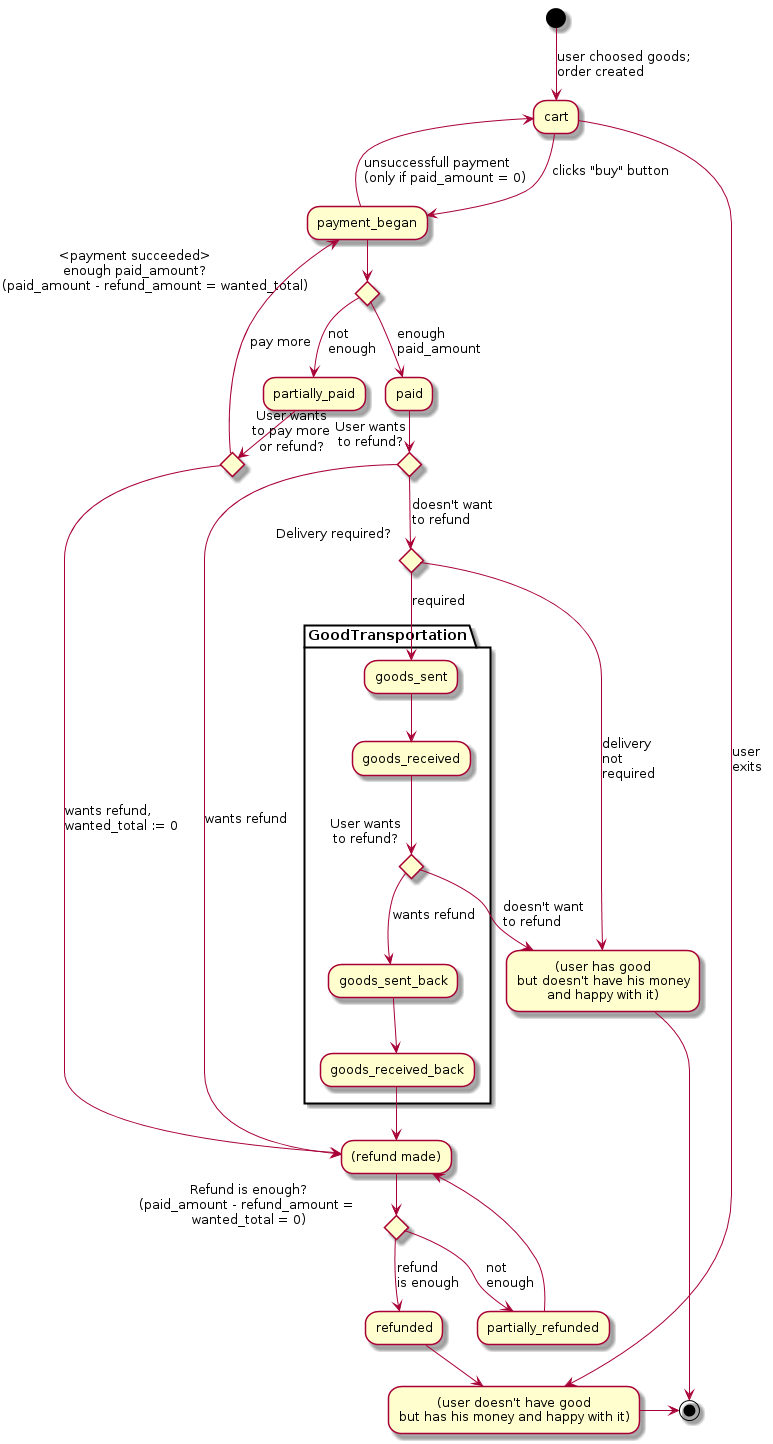
d9k/pyragrid keeps this PlantUML diagram as dia/order-state-graph.png. Above is the earlier version.
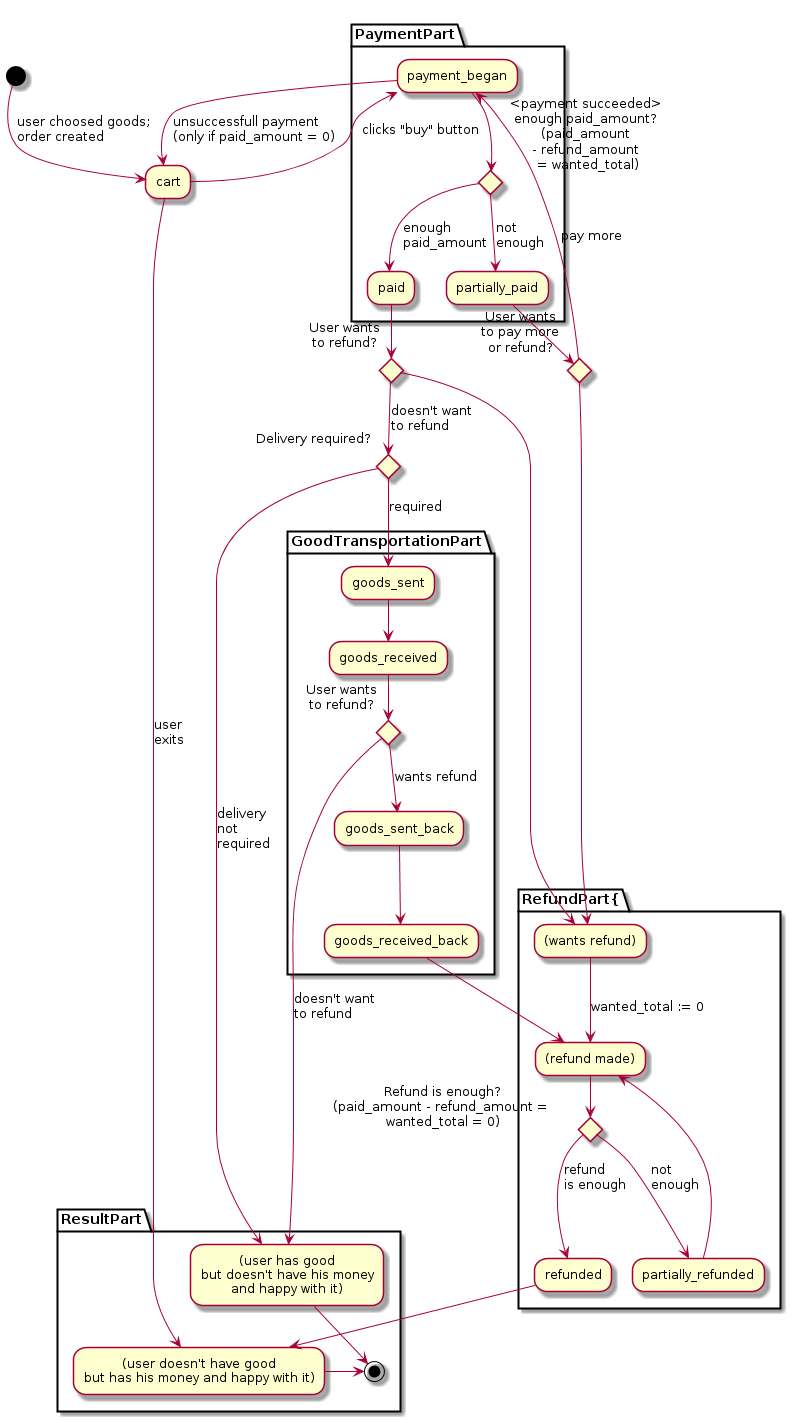
The same file after the commit.

Commit message:
order_state_graph v3 (grouping)

What changed in the source:
```diff
@@ -3,46 +3,61 @@
 skinparam defaultTextAlignment left
 
 (*) --> [user choosed goods;\norder created] "cart"
-"cart" --> [clicks "buy" button] "payment_began"
-"cart" --> [user\nexits] "(user doesn't have good\nbut has his money and happy with it)"
-"(user has good\nbut doesn't have his money\nand happy with it)" --> (*)
-"refunded" --> "(user doesn't have good\nbut has his money and happy with it)"
-"(user doesn't have good\nbut has his money and happy with it)" -> (*)
 
-"payment_began" --> [unsuccessfull payment\n(only if paid_amount = 0)] "cart"
-"payment_began" --> if "<payment succeeded>\nenough paid_amount?\n          (paid_amount - refund_amount = wanted_total)" then
-    --> [enough\npaid_amount] "paid"
-    if "User wants\nto refund?" then
-		--> [wants refund] "(refund made)"
+partition ResultPart {
+	"cart" --> [user\nexits] "(user doesn't have good\nbut has his money and happy with it)"
+	"(user has good\nbut doesn't have his money\nand happy with it)" --> (*)
+	"(user doesn't have good\nbut has his money and happy with it)" -> (*)
+}
+
+partition PaymentPart {
+	"cart" --> [clicks "buy" button] "payment_began"
+	"payment_began" --> [unsuccessfull payment\n(only if paid_amount = 0)] "cart"
+	"payment_began" --> if "<payment succeeded>\nenough paid_amount?\n(paid_amount\n- refund_amount\n = wanted_total)"  then
+	    --> [enough\npaid_amount] "paid"
 	else
-	    [doesn't want\nto refund] if "Delivery required?" then
-	    	partition GoodTransportation {
-		        --> [required] "goods_sent"
-		        "goods_sent" --> "goods_received"
-				"goods_sent_back" --> "goods_received_back"
-				"goods_received" --> if "User wants\nto refund?" then
-					--> [wants refund] "goods_sent_back"
-				else
-					--> [doesn't want\nto refund] "(user has good\nbut doesn't have his money\nand happy with it)"
-				endif
-		    }
-		else
-		    --> [delivery\nnot\nrequired] "(user has good\nbut doesn't have his money\nand happy with it)"
-		endif
+	    --> [not\nenough] "partially_paid"
 	endif
+}
+
+
+partition RefundPart{
+	"(wants refund)" --> [wanted_total := 0] "(refund made)"
+    "(refund made)" --> if "Refund is enough?\n(paid_amount - refund_amount = \nwanted_total = 0)" then
+        --> [refund\nis enough] "refunded"
+    else
+        --> [not\nenough] "partially_refunded"
+    endif
+}
+
+"paid" --> if "User wants\nto refund?" then
+	--> "(wants refund)"
 else
-    --> [not\nenough] "partially_paid"
-    if "User wants\nto pay more\nor refund?" then
-        --> [pay more] "payment_began"
-    else
-        --> [wants refund,\nwanted_total := 0] "(refund made)"
-        if "Refund is enough?\n(paid_amount - refund_amount = \nwanted_total = 0)" then
-            --> [refund\nis enough] "refunded"
-        else
-            --> [not\nenough] "partially_refunded"
-        endif
-    endif
+    [doesn't want\nto refund] if "\nDelivery required?" then
+        partition GoodTransportationPart {
+	        --> [required] "goods_sent"
+	        "goods_sent" --> "goods_received"
+			"goods_sent_back" --> "goods_received_back"
+			"goods_received" --> if "User wants\nto refund?" then
+				--> [wants refund] "goods_sent_back"
+			else
+				--> [doesn't want\nto refund] "(user has good\nbut doesn't have his money\nand happy with it)"
+			endif
+	    }
+	else
+	    --> [delivery\nnot\nrequired] "(user has good\nbut doesn't have his money\nand happy with it)"
+	endif
 endif
+
+
+"partially_paid" -> if "User wants\nto pay more\nor refund?" then
+    --> [pay more] "payment_began"
+else
+    --> "(wants refund)"
+endif
+
+	"refunded" --> "(user doesn't have good\nbut has his money and happy with it)"
+
 
 "goods_received_back" --> "(refund made)"
 "partially_refunded" --> "(refund made)"
```
